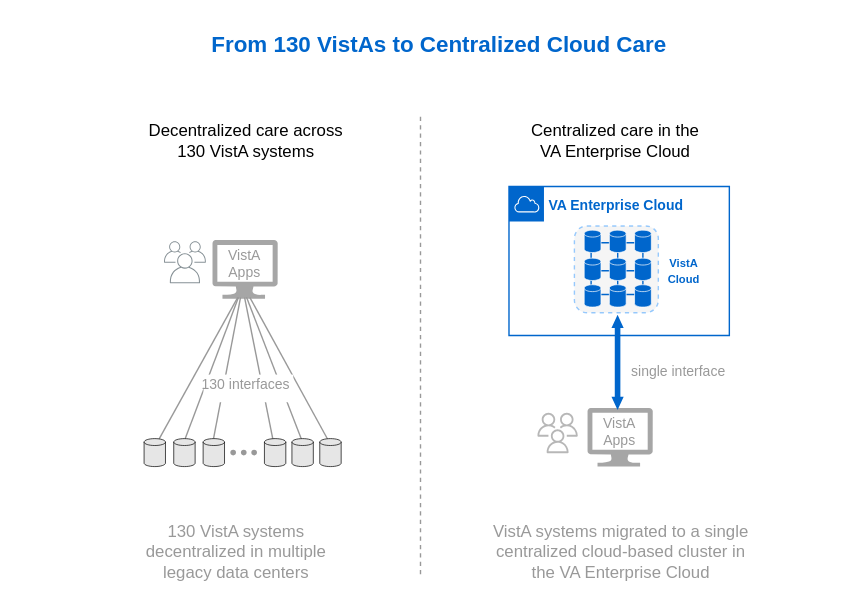
Earlier version of the draw.io export img/vista-to-vaec-4.svg (cloudvista/vaa). Source tidied: cells renumbered, new cells last; positions are measured from the earlier drawing's top-left corner, leaving out a move shared by most shapes.
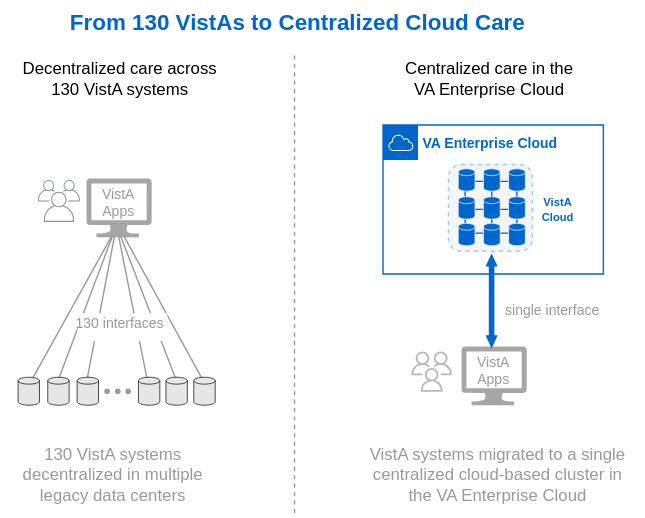
After the change.

Diff of the diagram source:
```diff
@@ -2,9 +2,6 @@
   <root>
     <mxCell id="0" />
     <mxCell id="1" parent="0" />
-    <mxCell id="2" style="rounded=0;whiteSpace=wrap;html=1;fontColor=#0066CC;strokeColor=none;" parent="1" vertex="1">
-      <mxGeometry width="600" height="430" as="geometry" />
-    </mxCell>
     <mxCell id="3" style="sketch=0;shadow=0;dashed=0;html=1;strokeColor=none;labelPosition=center;verticalLabelPosition=bottom;verticalAlign=top;align=center;fillColor=#808080;shape=mxgraph.azure.computer;strokeWidth=2;opacity=70;" parent="1" vertex="1">
       <mxGeometry x="151.3" y="171" width="46.7" height="42" as="geometry" />
     </mxCell>
@@ -45,7 +42,7 @@
       </mxGeometry>
     </mxCell>
     <mxCell id="11" value="&lt;font color=&quot;#0066cc&quot; style=&quot;font-size: 16px;&quot;&gt;&lt;b style=&quot;&quot;&gt;From 130 VistAs to&amp;nbsp;Centralized Cloud Care&lt;/b&gt;&lt;/font&gt;" style="text;html=1;align=center;verticalAlign=middle;strokeColor=none;fillColor=none;" parent="1" vertex="1">
-      <mxGeometry x="137.9" y="16" width="350" height="30" as="geometry" />
+      <mxGeometry x="127" y="44" width="350" height="30" as="geometry" />
     </mxCell>
     <mxCell id="12" value="Centralized care in the&lt;br&gt;VA Enterprise Cloud" style="text;html=1;align=center;verticalAlign=middle;strokeColor=none;fillColor=none;" parent="1" vertex="1">
       <mxGeometry x="369.2" y="80" width="140" height="40" as="geometry" />
@@ -87,10 +84,10 @@
       <mxGeometry x="208.1" y="313" width="15.3" height="20" as="geometry" />
     </mxCell>
     <mxCell id="24" value="130 VistA systems&lt;br&gt;decentralized in multiple&amp;nbsp;&lt;br&gt;legacy data centers" style="text;html=1;align=center;verticalAlign=middle;strokeColor=none;fillColor=none;fontColor=#999999;" parent="1" vertex="1">
-      <mxGeometry x="87.9" y="364" width="160" height="60" as="geometry" />
+      <mxGeometry x="89.9" y="353" width="160" height="60" as="geometry" />
     </mxCell>
     <mxCell id="25" value="VistA systems migrated to a single&lt;br&gt;centralized cloud-based cluster in &lt;br&gt;the VA Enterprise Cloud" style="text;html=1;align=center;verticalAlign=middle;strokeColor=none;fillColor=none;fontColor=#999999;" parent="1" vertex="1">
-      <mxGeometry x="337.7" y="364" width="210" height="60" as="geometry" />
+      <mxGeometry x="339.7" y="353" width="210" height="60" as="geometry" />
     </mxCell>
     <mxCell id="26" style="sketch=0;gradientColor=none;fontColor=#545B64;strokeColor=none;fillColor=#879196;dashed=0;verticalLabelPosition=bottom;verticalAlign=top;align=center;html=1;fontSize=12;fontStyle=0;shape=mxgraph.aws4.illustration_users;" parent="1" vertex="1">
       <mxGeometry x="116.6" y="172" width="30" height="30" as="geometry" />
```
